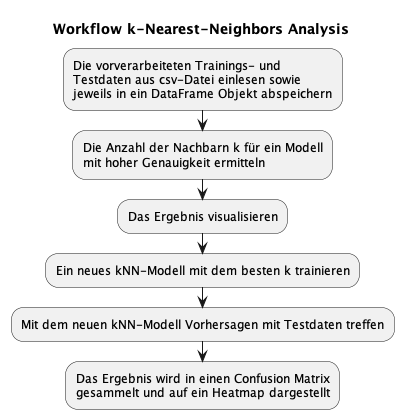
affandimansor/projektarbeit_machine_learning keeps this PlantUML diagram as K-Nearest_Neighbors/workflow/workflow.png. Above is the earlier version.
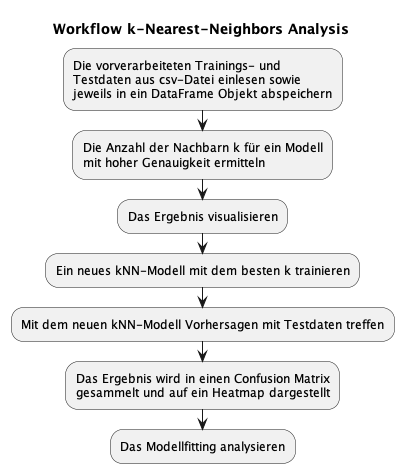
The same diagram one commit later.

Commit message:
The step analysis of model fitting included

What changed in the source:
```diff
@@ -11,4 +11,5 @@
 :Mit dem neuen kNN-Modell Vorhersagen mit Testdaten treffen;
 :Das Ergebnis wird in einen Confusion Matrix
 gesammelt und auf ein Heatmap dargestellt;
+:Das Modellfitting analysieren;
 @enduml
```
